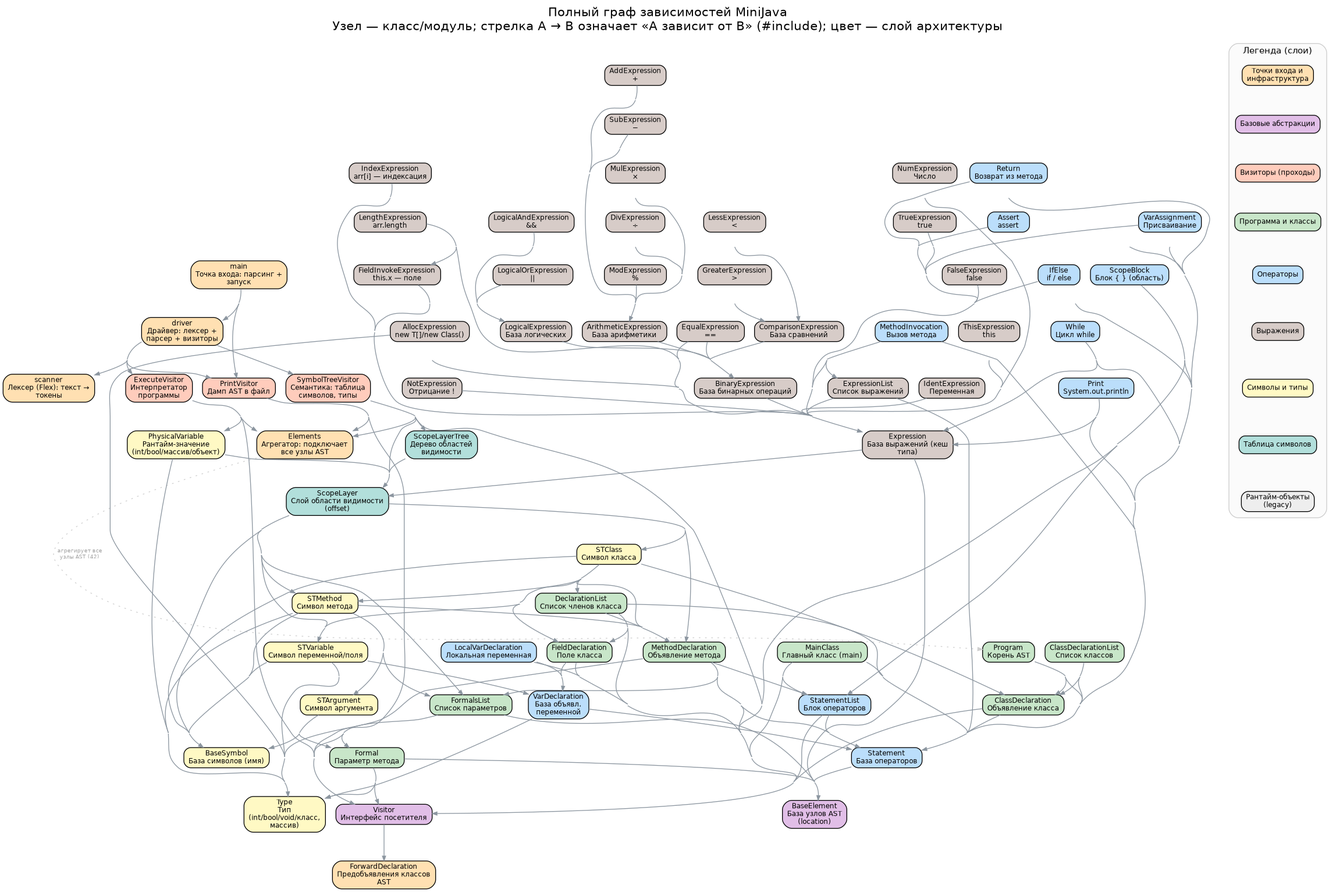
Vovatka/JavaCompiler keeps this Graphviz diagram as graphviz/full_dependencies.png. Above is the earlier version. Its source is kept beside it as graphviz/full_dependencies.dot.
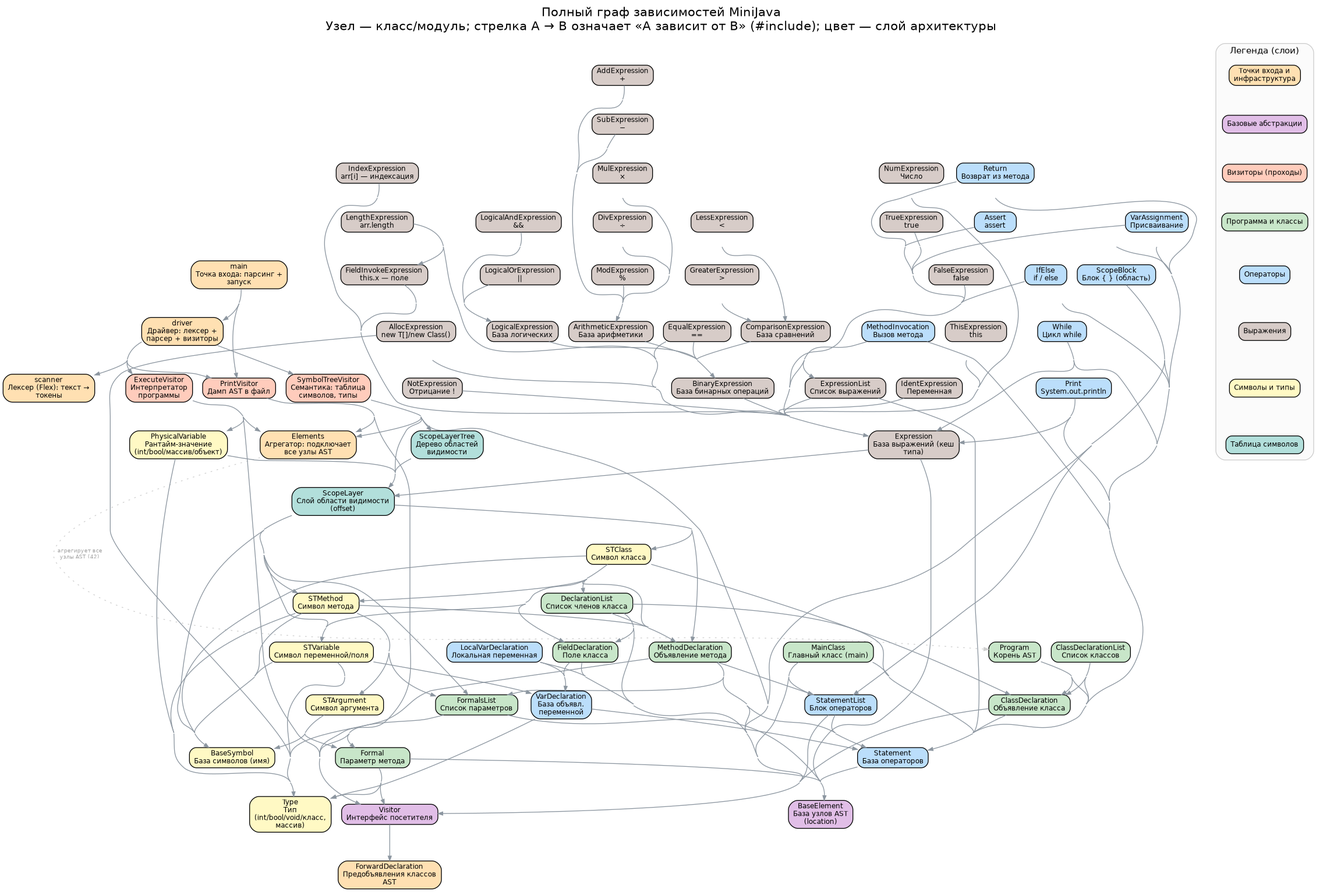
Above is the later version.

Commit message:
fix: remove legacy form graph

What changed in the source:
```diff
@@ -215,8 +215,6 @@
     "__lg6" -> "__lg7" [style=invis];
     "__lg8" [shape=box, style="rounded,filled", fillcolor="#b2dfdb", fontsize=9, label="Таблица символов"];
     "__lg7" -> "__lg8" [style=invis];
-    "__lg9" [shape=box, style="rounded,filled", fillcolor="#eeeeee", fontsize=9, label="Рантайм-объекты\n(legacy)"];
-    "__lg8" -> "__lg9" [style=invis];
   }
 
   "AddExpression" -> "SubExpression" [style=invis, weight=12];
```
